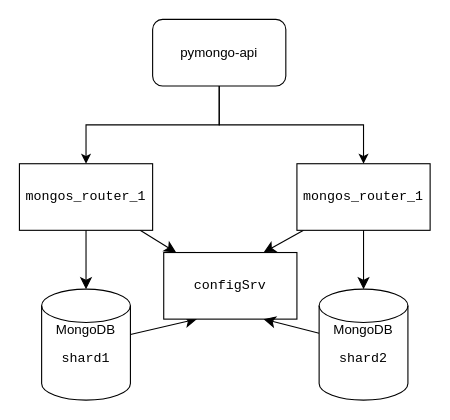
ayakhont/architecture-black_friday keeps this draw.io diagram as docs/task1/first_option.drawio. Above is the earlier version. Source tidied: cells renumbered, new cells numbered last; positions are measured from the earlier drawing's top-left corner, leaving out a move shared by most shapes. Both pictures are drawn from the tidied source at 111%, with x=0, y=0 at pixel (19, 19).
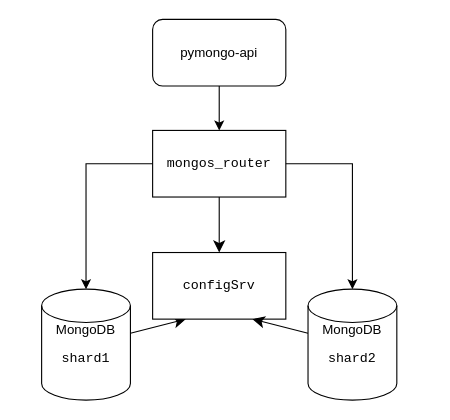
After the change.

Change to the diagram source:
```diff
@@
 <mxGraphModel>
   <root>
     <mxCell id="0" />
     <mxCell id="1" parent="0" />
     <mxCell id="2" style="edgeStyle=none;curved=1;rounded=0;jettySize=auto;html=1;entryX=0.25;entryY=1;entryDx=0;entryDy=0;fontSize=12;startSize=8;endSize=8;" parent="1" edge="1" source="3" target="11">
       <mxGeometry relative="1" as="geometry" />
     </mxCell>
     <mxCell id="3" value="&lt;div&gt;MongoDB&lt;/div&gt;&lt;div&gt;&lt;pre class=&quot;code-block__code-wrapper&quot;&gt;&lt;code class=&quot;code-block__code bash&quot;&gt;shard1&lt;/code&gt;&lt;/pre&gt;&lt;br&gt;&lt;/div&gt;" style="shape=cylinder3;whiteSpace=wrap;html=1;boundedLbl=1;backgroundOutline=1;size=15;" parent="1" vertex="1">
       <mxGeometry x="20" y="243" width="80" height="100" as="geometry" />
     </mxCell>
     <mxCell id="4" value="pymongo-api" style="rounded=1;whiteSpace=wrap;html=1;" parent="1" vertex="1">
       <mxGeometry x="120" width="120" height="60" as="geometry" />
     </mxCell>
     <mxCell id="5" style="edgeStyle=orthogonalEdgeStyle;rounded=0;jettySize=auto;html=1;exitX=0.5;exitY=1;exitDx=0;exitDy=0;entryX=0.5;entryY=0;entryDx=0;entryDy=0;" parent="1" edge="1" source="4" target="7">
       <mxGeometry relative="1" as="geometry" />
     </mxCell>
     <mxCell id="6" style="edgeStyle=none;curved=1;rounded=0;jettySize=auto;html=1;fontSize=12;startSize=8;endSize=8;" parent="1" edge="1" source="7" target="11">
       <mxGeometry relative="1" as="geometry" />
     </mxCell>
-    <mxCell id="7" value="&lt;pre class=&quot;code-block__code-wrapper&quot;&gt;&lt;code class=&quot;code-block__code bash&quot;&gt;mongos_router_1&lt;/code&gt;&lt;/pre&gt;" style="rounded=0;whiteSpace=wrap;html=1;" parent="1" vertex="1">
-      <mxGeometry y="130" width="120" height="60" as="geometry" />
+    <mxCell id="7" value="&lt;pre class=&quot;code-block__code-wrapper&quot;&gt;&lt;code class=&quot;code-block__code bash&quot;&gt;mongos_router&lt;/code&gt;&lt;/pre&gt;" style="rounded=0;whiteSpace=wrap;html=1;" parent="1" vertex="1">
+      <mxGeometry x="120" y="100" width="120" height="60" as="geometry" />
     </mxCell>
-    <mxCell id="8" style="edgeStyle=none;curved=1;rounded=0;jettySize=auto;html=1;fontSize=12;startSize=8;endSize=8;entryX=0.75;entryY=0;entryDx=0;entryDy=0;" parent="1" edge="1" source="9" target="11">
-      <mxGeometry relative="1" as="geometry" />
-    </mxCell>
-    <mxCell id="9" value="&lt;pre class=&quot;code-block__code-wrapper&quot;&gt;&lt;code class=&quot;code-block__code bash&quot;&gt;mongos_router_1&lt;/code&gt;&lt;/pre&gt;" style="rounded=0;whiteSpace=wrap;html=1;" parent="1" vertex="1">
-      <mxGeometry x="250" y="130" width="120" height="60" as="geometry" />
-    </mxCell>
-    <mxCell id="10" style="edgeStyle=orthogonalEdgeStyle;rounded=0;jettySize=auto;html=1;exitX=0.5;exitY=1;exitDx=0;exitDy=0;" parent="1" edge="1" source="4" target="9">
-      <mxGeometry relative="1" as="geometry" />
-    </mxCell>
     <mxCell id="11" value="&lt;pre class=&quot;code-block__code-wrapper&quot;&gt;&lt;code class=&quot;code-block__code bash&quot;&gt;configSrv&lt;/code&gt;&lt;/pre&gt;" style="rounded=0;whiteSpace=wrap;html=1;" parent="1" vertex="1">
-      <mxGeometry x="130" y="210" width="120" height="60" as="geometry" />
+      <mxGeometry x="120" y="210" width="120" height="60" as="geometry" />
     </mxCell>
     <mxCell id="12" style="edgeStyle=none;curved=1;rounded=0;jettySize=auto;html=1;entryX=0.75;entryY=1;entryDx=0;entryDy=0;fontSize=12;startSize=8;endSize=8;" parent="1" edge="1" source="13" target="11">
       <mxGeometry relative="1" as="geometry" />
     </mxCell>
     <mxCell id="13" value="&lt;div&gt;MongoDB&lt;/div&gt;&lt;div&gt;&lt;pre class=&quot;code-block__code-wrapper&quot;&gt;&lt;code class=&quot;code-block__code bash&quot;&gt;shard2&lt;/code&gt;&lt;/pre&gt;&lt;br&gt;&lt;/div&gt;" style="shape=cylinder3;whiteSpace=wrap;html=1;boundedLbl=1;backgroundOutline=1;size=15;" parent="1" vertex="1">
-      <mxGeometry x="270" y="243" width="80" height="100" as="geometry" />
+      <mxGeometry x="260" y="243" width="80" height="100" as="geometry" />
     </mxCell>
+    <mxCell id="16" style="edgeStyle=orthogonalEdgeStyle;rounded=0;jettySize=auto;html=1;entryX=0.5;entryY=0;entryDx=0;entryDy=0;entryPerimeter=0;" parent="1" edge="1" source="7" target="13">
+      <mxGeometry relative="1" as="geometry" />
+    </mxCell>
-    <mxCell id="14" style="edgeStyle=none;curved=1;rounded=0;jettySize=auto;html=1;entryX=0.5;entryY=0;entryDx=0;entryDy=0;entryPerimeter=0;fontSize=12;startSize=8;endSize=8;" parent="1" edge="1" source="7" target="3">
+    <mxCell id="14" style="edgeStyle=orthogonalEdgeStyle;rounded=0;jettySize=auto;html=1;entryX=0.5;entryY=0;entryDx=0;entryDy=0;entryPerimeter=0;" parent="1" edge="1" source="7" target="3">
       <mxGeometry relative="1" as="geometry" />
     </mxCell>
-    <mxCell id="15" style="edgeStyle=none;curved=1;rounded=0;jettySize=auto;html=1;entryX=0.5;entryY=0;entryDx=0;entryDy=0;entryPerimeter=0;fontSize=12;startSize=8;endSize=8;" parent="1" edge="1" source="9" target="13">
-      <mxGeometry relative="1" as="geometry" />
-    </mxCell>
   </root>
 </mxGraphModel>
```
